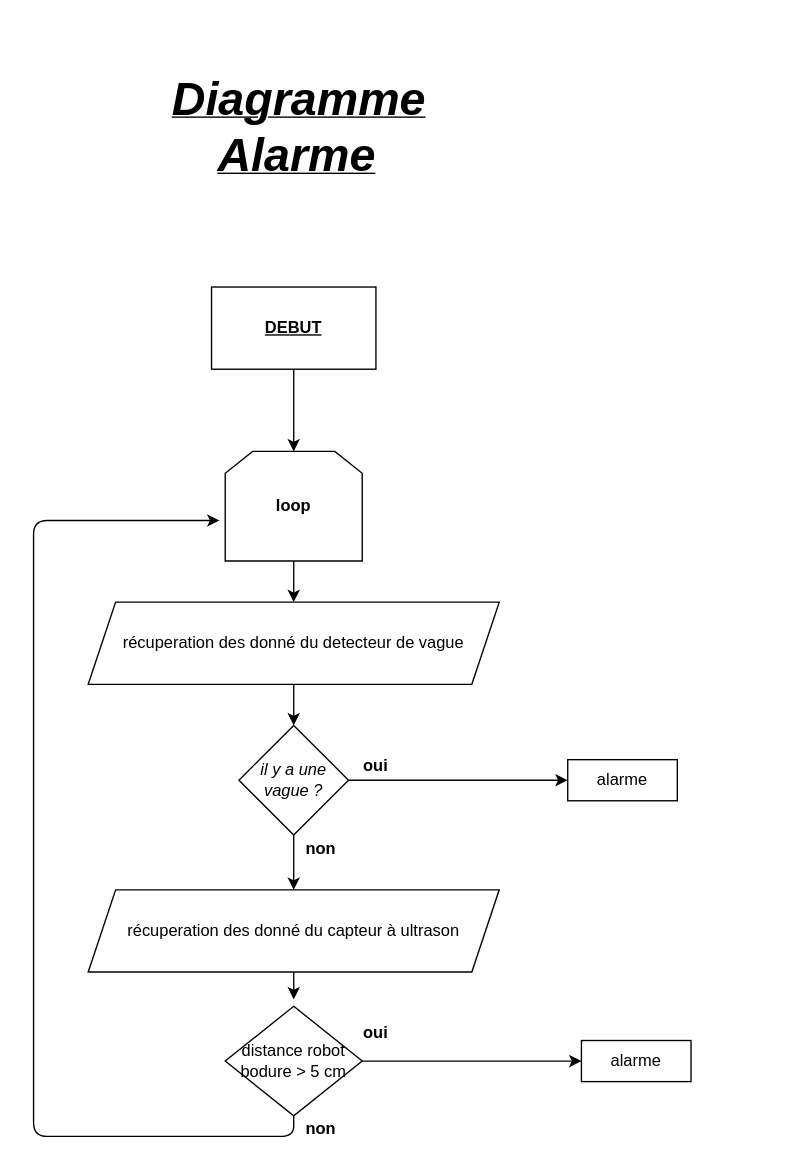
Earlier version of the draw.io diagram Untitled Diagram.drawio (drovrak/ProjetSI-2021-). Source tidied: cells renumbered, new cells numbered last; positions are measured from the earlier drawing's top-left corner, leaving out a move shared by most shapes. Both pictures are drawn from the tidied source at 137%, with x=0, y=0 at pixel (33, 23).
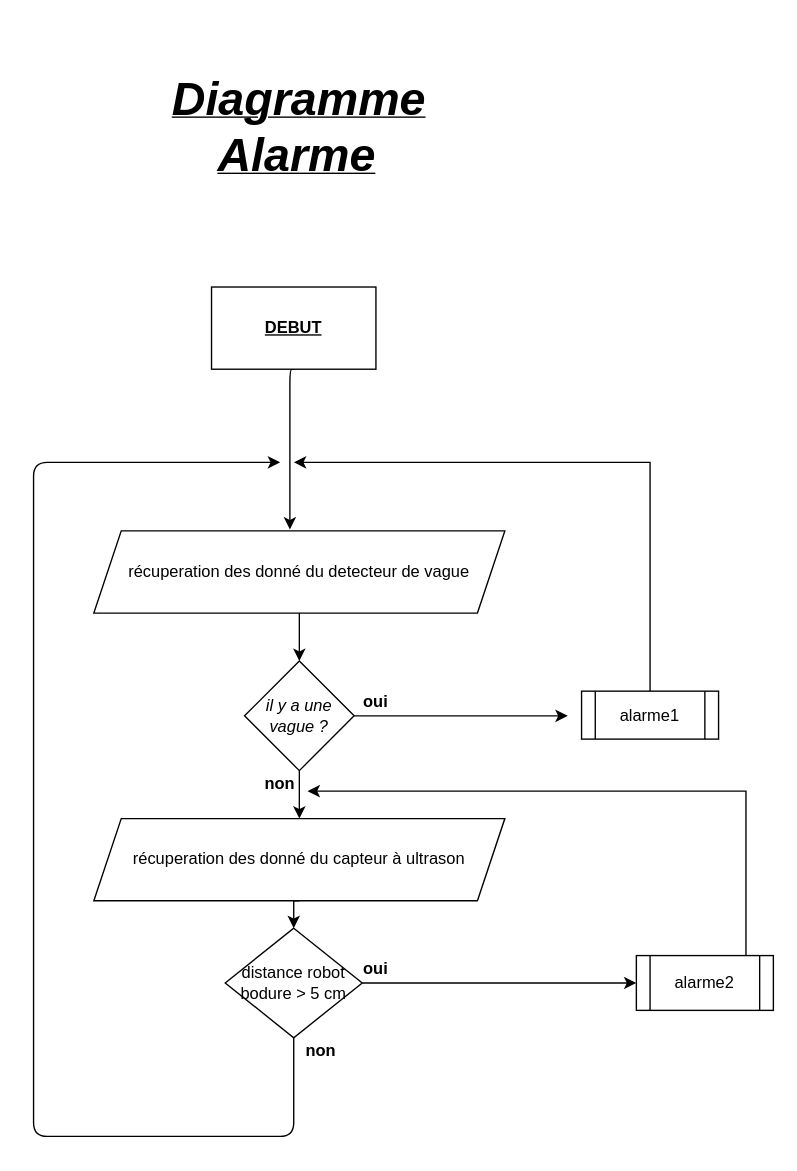
Above is the later version.

Unchanged cells that the change refers to:
```xml
<mxCell id="3" value="&lt;b&gt;&lt;u&gt;DEBUT&lt;/u&gt;&lt;/b&gt;" style="whiteSpace=wrap;html=1;" parent="1" vertex="1">
  <mxGeometry x="129.9" y="192" width="120" height="60" as="geometry" />
</mxCell>
```

What changed in the source:
```diff
@@
-    <mxCell id="2" style="edgeStyle=orthogonalEdgeStyle;jettySize=auto;html=1;exitX=0.5;exitY=1;exitDx=0;exitDy=0;" parent="1" edge="1" source="3">
+    <mxCell id="2" style="edgeStyle=orthogonalEdgeStyle;jettySize=auto;html=1;exitX=0.5;exitY=1;exitDx=0;exitDy=0;entryX=0.477;entryY=-0.017;entryDx=0;entryDy=0;entryPerimeter=0;" parent="1" edge="1" source="3" target="6">
       <mxGeometry relative="1" as="geometry">
-        <mxPoint x="189.9" y="312" as="targetPoint" />
+        <Array as="points">
+          <mxPoint x="187" y="252" />
+        </Array>
       </mxGeometry>
     </mxCell>
@@
-    <mxCell id="4" value="&lt;b&gt;loop&lt;/b&gt;" style="shape=loopLimit;whiteSpace=wrap;html=1;" parent="1" vertex="1">
-      <mxGeometry x="139.9" y="312" width="100" height="80" as="geometry" />
-    </mxCell>
-    <mxCell id="5" style="edgeStyle=orthogonalEdgeStyle;orthogonalLoop=1;jettySize=auto;html=1;exitX=0.5;exitY=1;exitDx=0;exitDy=0;" parent="1" edge="1">
-      <mxGeometry relative="1" as="geometry">
-        <mxPoint x="189.9" y="392" as="sourcePoint" />
-        <mxPoint x="189.9" y="422" as="targetPoint" />
-      </mxGeometry>
-    </mxCell>
+    <mxCell id="23" style="edgeStyle=orthogonalEdgeStyle;rounded=0;jettySize=auto;html=1;exitX=0.5;exitY=1;exitDx=0;exitDy=0;entryX=0.5;entryY=0;entryDx=0;entryDy=0;" parent="1" edge="1" source="6" target="8">
+      <mxGeometry relative="1" as="geometry" />
+    </mxCell>
     <mxCell id="6" value="récuperation des donné du detecteur de vague" style="shape=parallelogram;perimeter=parallelogramPerimeter;whiteSpace=wrap;html=1;fixedSize=1;" parent="1" vertex="1">
-      <mxGeometry x="39.9" y="422" width="300" height="60" as="geometry" />
+      <mxGeometry x="44" y="370" width="300" height="60" as="geometry" />
     </mxCell>
-    <mxCell id="7" style="endArrow=classic;html=1;exitX=0.5;exitY=1;exitDx=0;exitDy=0;" parent="1" edge="1" source="6">
-      <mxGeometry relative="1" as="geometry">
-        <mxPoint x="189.9" y="512" as="targetPoint" />
-      </mxGeometry>
-    </mxCell>
+    <mxCell id="24" style="edgeStyle=orthogonalEdgeStyle;rounded=0;jettySize=auto;html=1;exitX=0.5;exitY=1;exitDx=0;exitDy=0;entryX=0.5;entryY=0;entryDx=0;entryDy=0;" parent="1" edge="1" source="8" target="20">
+      <mxGeometry relative="1" as="geometry" />
+    </mxCell>
     <mxCell id="8" value="&lt;i&gt;il y a une vague ?&lt;/i&gt;" style="rhombus;whiteSpace=wrap;html=1;" parent="1" vertex="1">
-      <mxGeometry x="149.9" y="512" width="80" height="80" as="geometry" />
+      <mxGeometry x="154" y="465" width="80" height="80" as="geometry" />
     </mxCell>
-    <mxCell id="9" style="endArrow=classic;html=1;exitX=1;exitY=0.5;exitDx=0;exitDy=0;entryX=0;entryY=0.5;entryDx=0;entryDy=0;" parent="1" edge="1" source="8" target="11">
-      <mxGeometry relative="1" as="geometry" />
+    <mxCell id="9" style="endArrow=classic;html=1;exitX=1;exitY=0.5;exitDx=0;exitDy=0;entryX=0;entryY=0.5;entryDx=0;entryDy=0;" parent="1" edge="1" source="8">
+      <mxGeometry relative="1" as="geometry">
+        <mxPoint x="389.9" y="505" as="targetPoint" />
+      </mxGeometry>
     </mxCell>
     <mxCell id="10" value="&lt;b&gt;oui&lt;/b&gt;" style="text;html=1;strokeColor=none;fillColor=none;align=center;verticalAlign=middle;whiteSpace=wrap;" parent="1" vertex="1">
-      <mxGeometry x="229.9" y="532" width="40" height="20" as="geometry" />
+      <mxGeometry x="229.9" y="485" width="40" height="20" as="geometry" />
     </mxCell>
-    <mxCell id="11" value="alarme" style="whiteSpace=wrap;html=1;" parent="1" vertex="1">
-      <mxGeometry x="389.9" y="537" width="80" height="30" as="geometry" />
-    </mxCell>
-    <mxCell id="12" style="endArrow=classic;html=1;exitX=0.5;exitY=1;exitDx=0;exitDy=0;" parent="1" edge="1" source="8">
-      <mxGeometry relative="1" as="geometry">
-        <mxPoint x="189.9" y="632" as="targetPoint" />
-      </mxGeometry>
-    </mxCell>
     <mxCell id="13" value="&lt;b&gt;non&lt;/b&gt;" style="text;html=1;strokeColor=none;fillColor=none;align=center;verticalAlign=middle;whiteSpace=wrap;" parent="1" vertex="1">
-      <mxGeometry x="189.9" y="592" width="40" height="20" as="geometry" />
+      <mxGeometry x="160" y="545" width="40" height="20" as="geometry" />
     </mxCell>
-    <mxCell id="14" style="edgeStyle=orthogonalEdgeStyle;jettySize=auto;html=1;entryX=0;entryY=0.5;entryDx=0;entryDy=0;" parent="1" edge="1" source="16" target="18">
+    <mxCell id="14" style="edgeStyle=orthogonalEdgeStyle;jettySize=auto;html=1;entryX=0;entryY=0.5;entryDx=0;entryDy=0;" parent="1" edge="1" source="16">
       <mxGeometry relative="1" as="geometry">
+        <mxPoint x="440" y="700" as="targetPoint" />
         <Array as="points">
-          <mxPoint x="389.9" y="757" />
+          <mxPoint x="300" y="700" />
+          <mxPoint x="300" y="700" />
         </Array>
       </mxGeometry>
     </mxCell>
-    <mxCell id="15" style="edgeStyle=orthogonalEdgeStyle;jettySize=auto;html=1;exitX=0.5;exitY=1;exitDx=0;exitDy=0;entryX=-0.042;entryY=0.63;entryDx=0;entryDy=0;entryPerimeter=0;" parent="1" edge="1" source="16" target="4">
+    <mxCell id="15" style="edgeStyle=orthogonalEdgeStyle;jettySize=auto;html=1;exitX=0.5;exitY=1;exitDx=0;exitDy=0;" parent="1" edge="1" source="16">
       <mxGeometry relative="1" as="geometry">
+        <mxPoint x="180" y="320" as="targetPoint" />
         <Array as="points">
           <mxPoint x="190" y="812" />
           <mxPoint y="812" />
-          <mxPoint y="362" />
+          <mxPoint y="320" />
         </Array>
       </mxGeometry>
     </mxCell>
     <mxCell id="16" value="distance robot bodure &amp;gt; 5 cm" style="rhombus;whiteSpace=wrap;html=1;" parent="1" vertex="1">
-      <mxGeometry x="139.9" y="717" width="100" height="80" as="geometry" />
+      <mxGeometry x="139.9" y="660" width="100" height="80" as="geometry" />
     </mxCell>
     <mxCell id="17" value="&lt;b&gt;oui&lt;/b&gt;" style="text;html=1;strokeColor=none;fillColor=none;align=center;verticalAlign=middle;whiteSpace=wrap;" parent="1" vertex="1">
-      <mxGeometry x="229.9" y="727" width="40" height="20" as="geometry" />
+      <mxGeometry x="229.9" y="680" width="40" height="20" as="geometry" />
     </mxCell>
-    <mxCell id="18" value="alarme" style="whiteSpace=wrap;html=1;" parent="1" vertex="1">
-      <mxGeometry x="399.9" y="742" width="80" height="30" as="geometry" />
-    </mxCell>
-    <mxCell id="19" style="edgeStyle=orthogonalEdgeStyle;jettySize=auto;html=1;exitX=0.5;exitY=1;exitDx=0;exitDy=0;" parent="1" edge="1" source="20">
-      <mxGeometry relative="1" as="geometry">
-        <mxPoint x="189.9" y="712" as="targetPoint" />
-      </mxGeometry>
-    </mxCell>
+    <mxCell id="25" style="edgeStyle=orthogonalEdgeStyle;rounded=0;jettySize=auto;html=1;exitX=0.5;exitY=1;exitDx=0;exitDy=0;entryX=0.5;entryY=0;entryDx=0;entryDy=0;" parent="1" edge="1" source="20" target="16">
+      <mxGeometry relative="1" as="geometry" />
+    </mxCell>
     <mxCell id="20" value="récuperation des donné du capteur à ultrason" style="shape=parallelogram;perimeter=parallelogramPerimeter;whiteSpace=wrap;html=1;fixedSize=1;" parent="1" vertex="1">
-      <mxGeometry x="39.9" y="632" width="300" height="60" as="geometry" />
+      <mxGeometry x="44" y="580" width="300" height="60" as="geometry" />
     </mxCell>
     <mxCell id="21" value="&lt;b&gt;non&lt;/b&gt;" style="text;html=1;strokeColor=none;fillColor=none;align=center;verticalAlign=middle;whiteSpace=wrap;" parent="1" vertex="1">
-      <mxGeometry x="189.9" y="797" width="40" height="20" as="geometry" />
+      <mxGeometry x="189.9" y="740" width="40" height="20" as="geometry" />
     </mxCell>
@@
+    <mxCell id="26" style="edgeStyle=orthogonalEdgeStyle;rounded=0;jettySize=auto;html=1;exitX=0.5;exitY=0;exitDx=0;exitDy=0;" parent="1" edge="1" source="27">
+      <mxGeometry relative="1" as="geometry">
+        <mxPoint x="190" y="320" as="targetPoint" />
+        <Array as="points">
+          <mxPoint x="450" y="320" />
+        </Array>
+      </mxGeometry>
+    </mxCell>
+    <mxCell id="27" value="alarme1" style="shape=process;whiteSpace=wrap;html=1;backgroundOutline=1;" parent="1" vertex="1">
+      <mxGeometry x="400" y="487" width="100" height="35" as="geometry" />
+    </mxCell>
+    <mxCell id="28" style="edgeStyle=orthogonalEdgeStyle;rounded=0;jettySize=auto;html=1;exitX=0.75;exitY=0;exitDx=0;exitDy=0;" parent="1" edge="1" source="29">
+      <mxGeometry relative="1" as="geometry">
+        <mxPoint x="200" y="560" as="targetPoint" />
+        <Array as="points">
+          <mxPoint x="520" y="680" />
+          <mxPoint x="520" y="560" />
+        </Array>
+      </mxGeometry>
+    </mxCell>
+    <mxCell id="29" value="alarme2" style="shape=process;whiteSpace=wrap;html=1;backgroundOutline=1;" parent="1" vertex="1">
+      <mxGeometry x="440" y="680" width="100" height="40" as="geometry" />
+    </mxCell>
```
